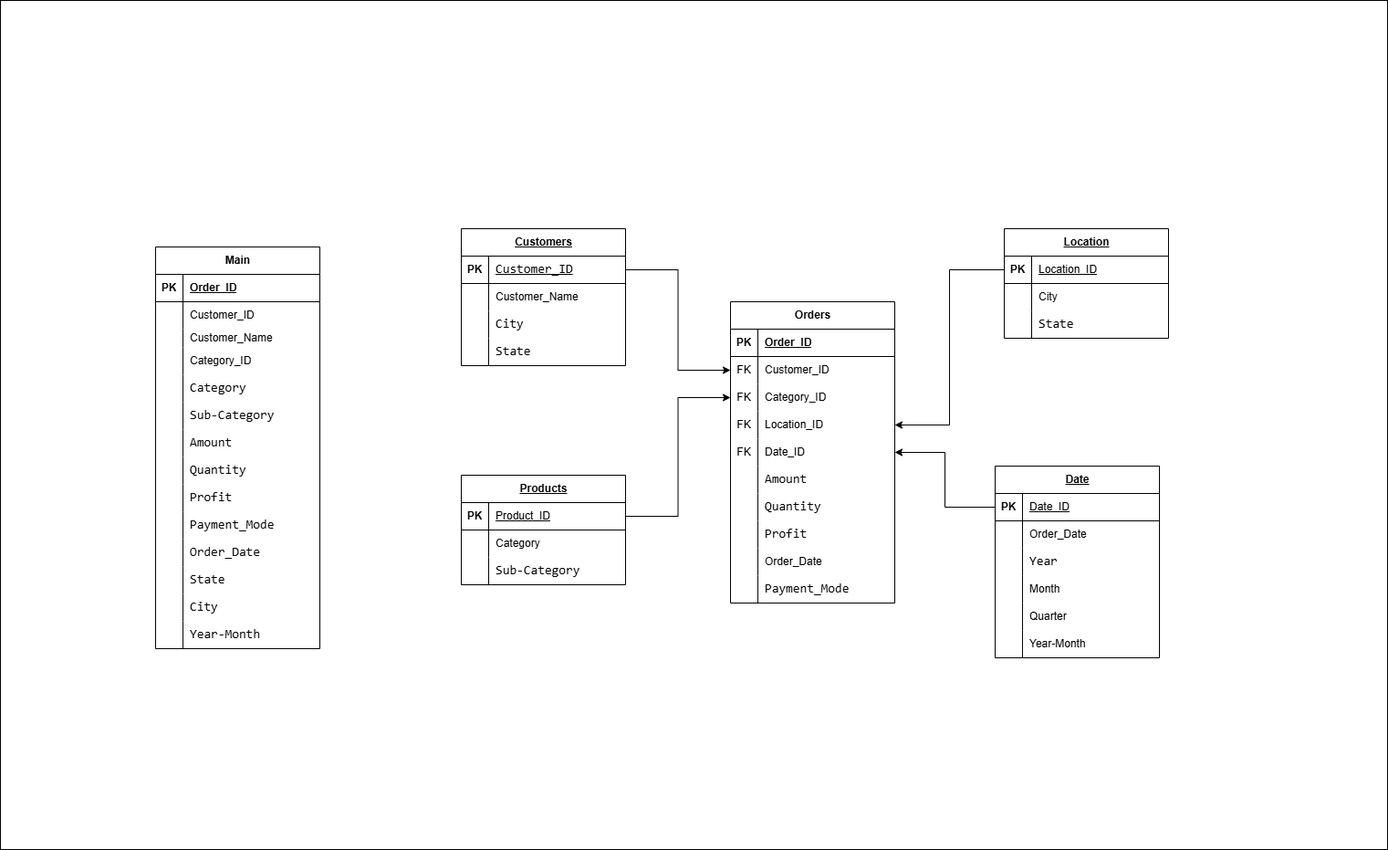
Earlier version of the draw.io export data_model-Page-1.drawio.png (iaakanni/Project_Capstone_2). Source tidied: cells renumbered, new cells last; positions are measured from the earlier drawing's top-left corner, leaving out a move shared by most shapes.
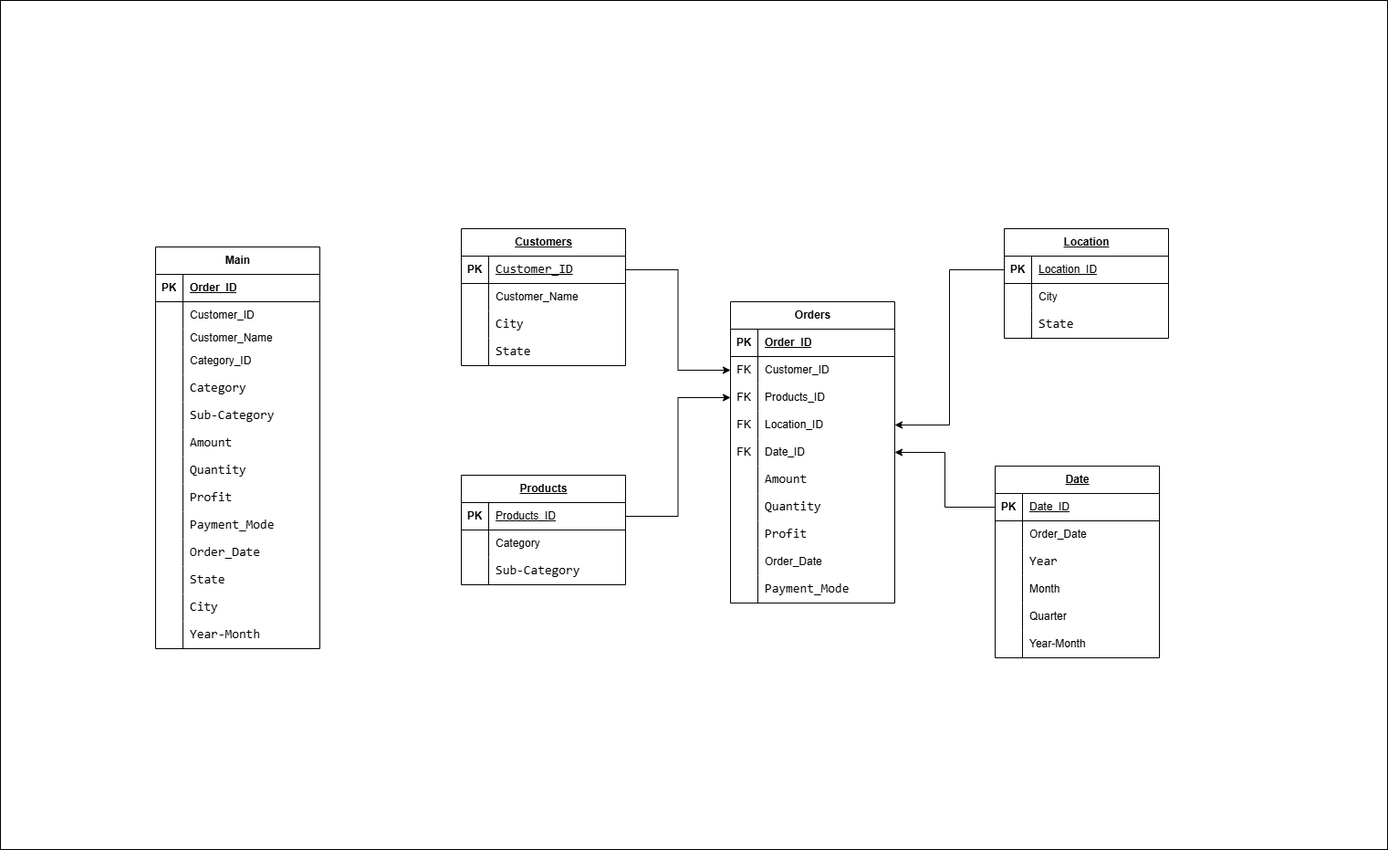
After the change.

Diff of the diagram source:
```diff
@@ -182,7 +182,7 @@
     <mxCell id="61" value="PK" style="shape=partialRectangle;fillColor=none;top=0;left=0;bottom=0;right=0;fontStyle=1;overflow=hidden;whiteSpace=wrap;html=1;" parent="60" vertex="1">
       <mxGeometry width="30" height="30" as="geometry" />
     </mxCell>
-    <mxCell id="62" value="&lt;span style=&quot;font-weight: 400;&quot;&gt;Product_ID&lt;/span&gt;" style="shape=partialRectangle;fillColor=none;top=0;left=0;bottom=0;right=0;align=left;spacingLeft=6;fontStyle=5;overflow=hidden;whiteSpace=wrap;html=1;" parent="60" vertex="1">
+    <mxCell id="62" value="&lt;span style=&quot;font-weight: 400;&quot;&gt;Products_ID&lt;/span&gt;" style="shape=partialRectangle;fillColor=none;top=0;left=0;bottom=0;right=0;align=left;spacingLeft=6;fontStyle=5;overflow=hidden;whiteSpace=wrap;html=1;" parent="60" vertex="1">
       <mxGeometry x="30" width="150" height="30" as="geometry" />
     </mxCell>
     <mxCell id="63" style="shape=tableRow;horizontal=0;startSize=0;swimlaneHead=0;swimlaneBody=0;fillColor=none;top=0;left=0;right=0;bottom=0;" parent="59" vertex="1">
@@ -230,7 +230,7 @@
     <mxCell id="77" value="FK" style="shape=partialRectangle;fillColor=none;top=0;left=0;bottom=0;right=0;overflow=hidden;whiteSpace=wrap;html=1;" parent="76" vertex="1">
       <mxGeometry width="30" height="30" as="geometry" />
     </mxCell>
-    <mxCell id="78" value="Category_ID" style="shape=partialRectangle;fillColor=none;top=0;left=0;bottom=0;right=0;align=left;spacingLeft=6;overflow=hidden;whiteSpace=wrap;html=1;" parent="76" vertex="1">
+    <mxCell id="78" value="Products_ID" style="shape=partialRectangle;fillColor=none;top=0;left=0;bottom=0;right=0;align=left;spacingLeft=6;overflow=hidden;whiteSpace=wrap;html=1;" parent="76" vertex="1">
       <mxGeometry x="30" width="150" height="30" as="geometry" />
     </mxCell>
     <mxCell id="79" style="shape=tableRow;horizontal=0;startSize=0;swimlaneHead=0;swimlaneBody=0;fillColor=none;points=[[0,0.5],[1,0.5]];portConstraint=eastwest;top=0;left=0;right=0;bottom=0;" parent="69" vertex="1">
```
